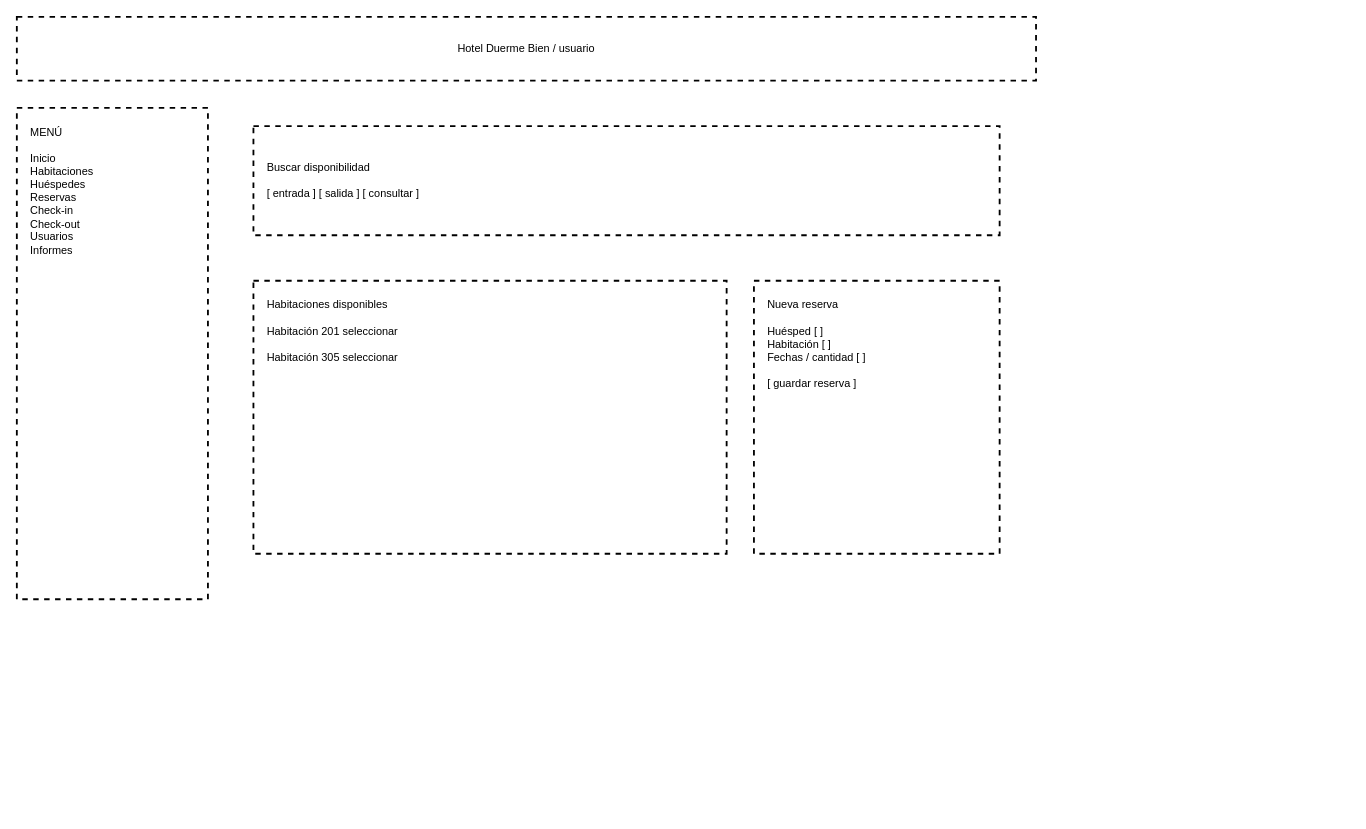
Earlier version of the draw.io diagram page "Sketch" (1 of 3) of diagramas-editables/04-interfaz.drawio (Yutre3/diego). Source tidied: cells renumbered, new cells numbered last; positions are measured from the earlier drawing's top-left corner, leaving out a move shared by most shapes. Both pictures are drawn from the tidied source at 91%, with x=0, y=0 at pixel (16, 16).
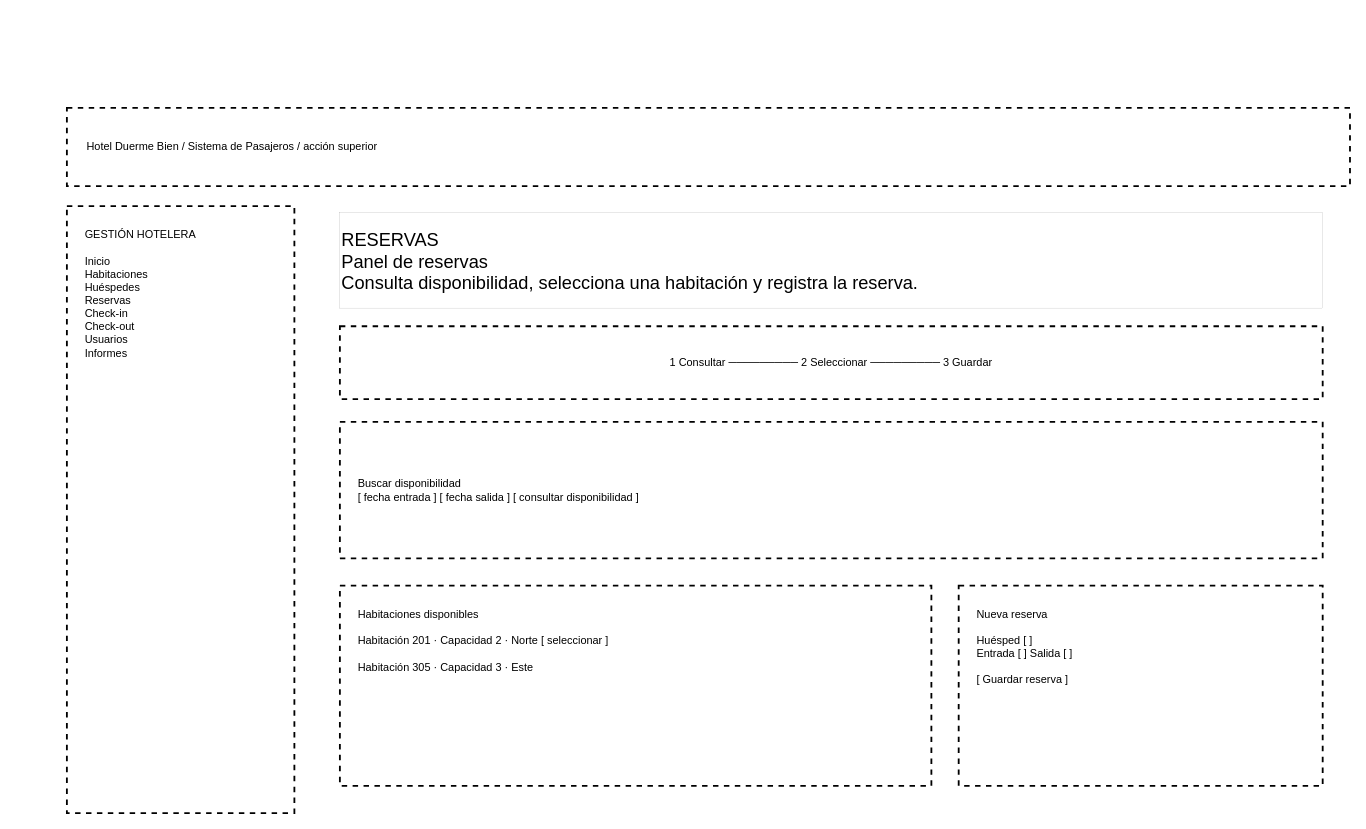
The same diagram, later.

Change to the diagram source:
```diff
@@
 <mxGraphModel>
   <root>
     <mxCell id="0" />
     <mxCell id="1" parent="0" />
-    <mxCell id="2" value="Hotel Duerme Bien / usuario" style="rounded=0;whiteSpace=wrap;html=1;strokeWidth=2;dashed=1;" parent="1" vertex="1">
-      <mxGeometry width="1120" height="70" as="geometry" />
+    <mxCell id="2" value="Hotel Duerme Bien / Sistema de Pasajeros / acción superior" style="rounded=0;whiteSpace=wrap;html=1;strokeWidth=2;dashed=1;align=left;spacingLeft=20;" parent="1" vertex="1">
+      <mxGeometry x="55" y="100" width="1410" height="86" as="geometry" />
     </mxCell>
-    <mxCell id="3" value="MENÚ&#10;&#10;Inicio&#10;Habitaciones&#10;Huéspedes&#10;Reservas&#10;Check-in&#10;Check-out&#10;Usuarios&#10;Informes" style="rounded=0;whiteSpace=wrap;html=1;strokeWidth=2;dashed=1;align=left;verticalAlign=top;spacing=15;" parent="1" vertex="1">
-      <mxGeometry y="100" width="210" height="540" as="geometry" />
+    <mxCell id="3" value="GESTIÓN HOTELERA&#10;&#10;Inicio&#10;Habitaciones&#10;Huéspedes&#10;Reservas&#10;Check-in&#10;Check-out&#10;Usuarios&#10;Informes" style="rounded=0;whiteSpace=wrap;html=1;strokeWidth=2;dashed=1;align=left;verticalAlign=top;spacing=20;" parent="1" vertex="1">
+      <mxGeometry x="55" y="208" width="250" height="667" as="geometry" />
     </mxCell>
+    <mxCell id="7" value="RESERVAS&#10;Panel de reservas&#10;Consulta disponibilidad, selecciona una habitación y registra la reserva." style="rounded=0;whiteSpace=wrap;html=1;strokeWidth=0;align=left;fontSize=20;" parent="1" vertex="1">
+      <mxGeometry x="355" y="215" width="1080" height="105" as="geometry" />
+    </mxCell>
+    <mxCell id="8" value="1 Consultar  ─────────  2 Seleccionar  ─────────  3 Guardar" style="rounded=0;whiteSpace=wrap;html=1;strokeWidth=2;dashed=1;align=center;" parent="1" vertex="1">
+      <mxGeometry x="355" y="340" width="1080" height="80" as="geometry" />
+    </mxCell>
-    <mxCell id="4" value="Buscar disponibilidad&#10;&#10;[ entrada ]    [ salida ]                        [ consultar ]" style="rounded=0;whiteSpace=wrap;html=1;strokeWidth=2;dashed=1;align=left;spacing=15;" parent="1" vertex="1">
-      <mxGeometry x="260" y="120" width="820" height="120" as="geometry" />
+    <mxCell id="4" value="Buscar disponibilidad&#10;[ fecha entrada ]      [ fecha salida ]                         [ consultar disponibilidad ]" style="rounded=0;whiteSpace=wrap;html=1;strokeWidth=2;dashed=1;align=left;spacing=20;" parent="1" vertex="1">
+      <mxGeometry x="355" y="445" width="1080" height="150" as="geometry" />
     </mxCell>
-    <mxCell id="5" value="Habitaciones disponibles&#10;&#10;Habitación 201                         seleccionar&#10;&#10;Habitación 305                         seleccionar" style="rounded=0;whiteSpace=wrap;html=1;strokeWidth=2;dashed=1;align=left;verticalAlign=top;spacing=15;" parent="1" vertex="1">
-      <mxGeometry x="260" y="290" width="520" height="300" as="geometry" />
+    <mxCell id="5" value="Habitaciones disponibles&#10;&#10;Habitación 201 · Capacidad 2 · Norte                         [ seleccionar ]&#10;&#10;Habitación 305 · Capacidad 3 · Este" style="rounded=0;whiteSpace=wrap;html=1;strokeWidth=2;dashed=1;align=left;verticalAlign=top;spacing=20;" parent="1" vertex="1">
+      <mxGeometry x="355" y="625" width="650" height="220" as="geometry" />
     </mxCell>
-    <mxCell id="6" value="Nueva reserva&#10;&#10;Huésped [ ]&#10;Habitación [ ]&#10;Fechas / cantidad [ ]&#10;&#10;[ guardar reserva ]" style="rounded=0;whiteSpace=wrap;html=1;strokeWidth=2;dashed=1;align=left;verticalAlign=top;spacing=15;" parent="1" vertex="1">
-      <mxGeometry x="810" y="290" width="270" height="300" as="geometry" />
+    <mxCell id="6" value="Nueva reserva&#10;&#10;Huésped [ ]&#10;Entrada [ ]    Salida [ ]&#10;&#10;[ Guardar reserva ]" style="rounded=0;whiteSpace=wrap;html=1;strokeWidth=2;dashed=1;align=left;verticalAlign=top;spacing=20;" parent="1" vertex="1">
+      <mxGeometry x="1035" y="625" width="400" height="220" as="geometry" />
     </mxCell>
   </root>
 </mxGraphModel>
```
